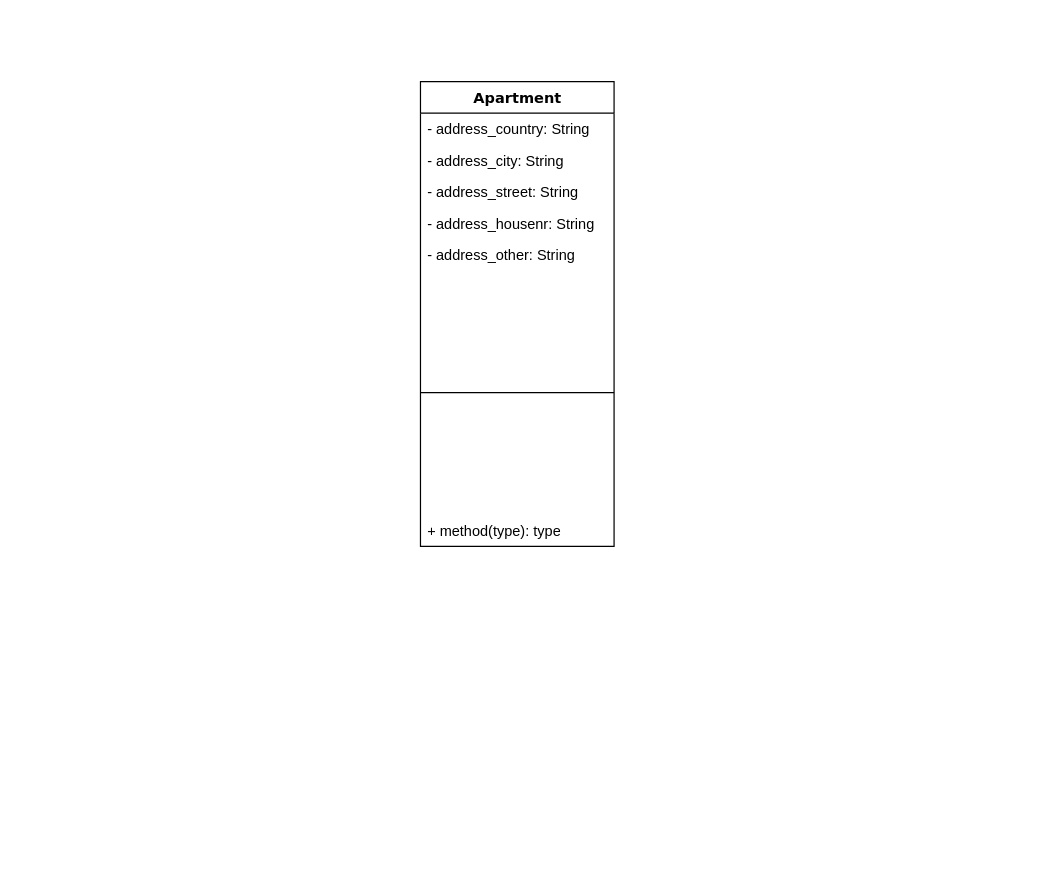
Above: Columbus.drawio in hitchhiker1986/Columbus (draw.io), before the change. Source tidied: cells renumbered, new cells numbered last; positions are measured from the earlier drawing's top-left corner, leaving out a move shared by most shapes. Both pictures are drawn from the tidied source at 121%, with x=0, y=0 at pixel (420, 81).
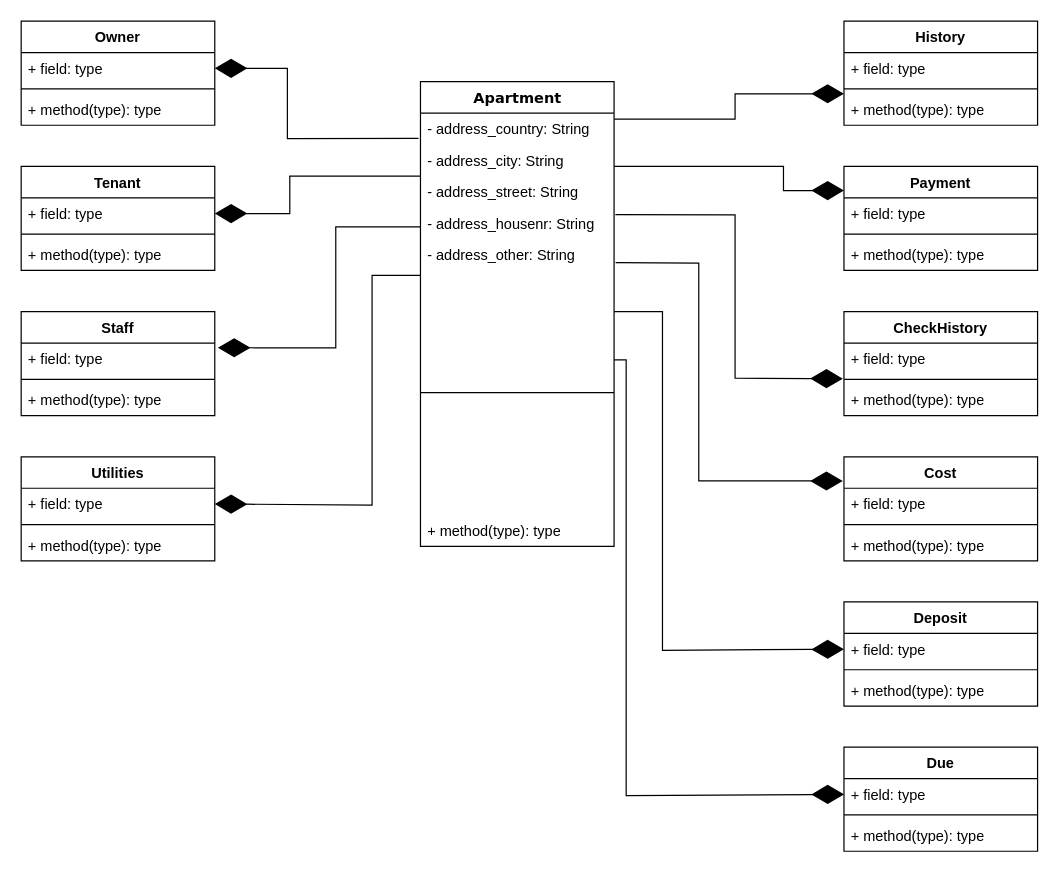
The same diagram, later.

Unchanged cells that the change refers to:
```xml
<mxCell id="3" value="- address_country: String" style="text;html=1;strokeColor=none;fillColor=none;align=left;verticalAlign=top;spacingLeft=4;spacingRight=4;whiteSpace=wrap;overflow=hidden;points=[[0,0.5],[1,0.5]];portConstraint=eastwest;" parent="2" vertex="1">
  <mxGeometry y="26" width="160" height="26" as="geometry" />
</mxCell>
<mxCell id="4" value="- address_city: String" style="text;html=1;strokeColor=none;fillColor=none;align=left;verticalAlign=top;spacingLeft=4;spacingRight=4;whiteSpace=wrap;overflow=hidden;points=[[0,0.5],[1,0.5]];portConstraint=eastwest;" parent="2" vertex="1">
  <mxGeometry y="52" width="160" height="26" as="geometry" />
</mxCell>
<mxCell id="6" value="- address_housenr: String" style="text;html=1;strokeColor=none;fillColor=none;align=left;verticalAlign=top;spacingLeft=4;spacingRight=4;whiteSpace=wrap;overflow=hidden;points=[[0,0.5],[1,0.5]];portConstraint=eastwest;" parent="2" vertex="1">
  <mxGeometry y="104" width="160" height="26" as="geometry" />
</mxCell>
<mxCell id="7" value="- address_other: String" style="text;html=1;strokeColor=none;fillColor=none;align=left;verticalAlign=top;spacingLeft=4;spacingRight=4;whiteSpace=wrap;overflow=hidden;points=[[0,0.5],[1,0.5]];portConstraint=eastwest;" parent="2" vertex="1">
  <mxGeometry y="130" width="160" height="26" as="geometry" />
</mxCell>
```

The edit, as a diff of the source:
```diff
@@
+    <mxCell id="10" value="History" style="swimlane;fontStyle=1;align=center;verticalAlign=top;horizontal=1;startSize=26;whiteSpace=wrap;html=1;" parent="1" vertex="1">
+      <mxGeometry x="350" y="-50" width="160" height="86" as="geometry" />
+    </mxCell>
+    <mxCell id="11" value="+ field: type" style="text;strokeColor=none;fillColor=none;align=left;verticalAlign=top;spacingLeft=4;spacingRight=4;overflow=hidden;whiteSpace=wrap;html=1;" parent="10" vertex="1">
+      <mxGeometry y="26" width="160" height="26" as="geometry" />
+    </mxCell>
+    <mxCell id="12" style="line;strokeWidth=1;fillColor=none;align=left;verticalAlign=middle;spacingTop=-1;spacingLeft=3;spacingRight=3;labelPosition=right;strokeColor=inherit;" parent="10" vertex="1">
+      <mxGeometry y="52" width="160" height="8" as="geometry" />
+    </mxCell>
+    <mxCell id="13" value="+ method(type): type" style="text;strokeColor=none;fillColor=none;align=left;verticalAlign=top;spacingLeft=4;spacingRight=4;overflow=hidden;whiteSpace=wrap;html=1;" parent="10" vertex="1">
+      <mxGeometry y="60" width="160" height="26" as="geometry" />
+    </mxCell>
+    <mxCell id="14" value="Payment" style="swimlane;fontStyle=1;align=center;verticalAlign=top;horizontal=1;startSize=26;whiteSpace=wrap;html=1;" parent="1" vertex="1">
+      <mxGeometry x="350" y="70" width="160" height="86" as="geometry" />
+    </mxCell>
+    <mxCell id="15" value="+ field: type" style="text;strokeColor=none;fillColor=none;align=left;verticalAlign=top;spacingLeft=4;spacingRight=4;overflow=hidden;whiteSpace=wrap;html=1;" parent="14" vertex="1">
+      <mxGeometry y="26" width="160" height="26" as="geometry" />
+    </mxCell>
+    <mxCell id="16" style="line;strokeWidth=1;fillColor=none;align=left;verticalAlign=middle;spacingTop=-1;spacingLeft=3;spacingRight=3;labelPosition=right;strokeColor=inherit;" parent="14" vertex="1">
+      <mxGeometry y="52" width="160" height="8" as="geometry" />
+    </mxCell>
+    <mxCell id="17" value="+ method(type): type" style="text;strokeColor=none;fillColor=none;align=left;verticalAlign=top;spacingLeft=4;spacingRight=4;overflow=hidden;whiteSpace=wrap;html=1;" parent="14" vertex="1">
+      <mxGeometry y="60" width="160" height="26" as="geometry" />
+    </mxCell>
+    <mxCell id="18" value="CheckHistory" style="swimlane;fontStyle=1;align=center;verticalAlign=top;horizontal=1;startSize=26;whiteSpace=wrap;html=1;" parent="1" vertex="1">
+      <mxGeometry x="350" y="190" width="160" height="86" as="geometry" />
+    </mxCell>
+    <mxCell id="19" value="+ field: type" style="text;strokeColor=none;fillColor=none;align=left;verticalAlign=top;spacingLeft=4;spacingRight=4;overflow=hidden;whiteSpace=wrap;html=1;" parent="18" vertex="1">
+      <mxGeometry y="26" width="160" height="26" as="geometry" />
+    </mxCell>
+    <mxCell id="20" style="line;strokeWidth=1;fillColor=none;align=left;verticalAlign=middle;spacingTop=-1;spacingLeft=3;spacingRight=3;labelPosition=right;strokeColor=inherit;" parent="18" vertex="1">
+      <mxGeometry y="52" width="160" height="8" as="geometry" />
+    </mxCell>
+    <mxCell id="21" value="+ method(type): type" style="text;strokeColor=none;fillColor=none;align=left;verticalAlign=top;spacingLeft=4;spacingRight=4;overflow=hidden;points=[[0,0.5],[1,0.5]];portConstraint=eastwest;whiteSpace=wrap;html=1;" parent="18" vertex="1">
+      <mxGeometry y="60" width="160" height="26" as="geometry" />
+    </mxCell>
+    <mxCell id="22" value="Cost" style="swimlane;fontStyle=1;align=center;verticalAlign=top;horizontal=1;startSize=26;whiteSpace=wrap;html=1;" parent="1" vertex="1">
+      <mxGeometry x="350" y="310" width="160" height="86" as="geometry" />
+    </mxCell>
+    <mxCell id="23" value="+ field: type" style="text;strokeColor=none;fillColor=none;align=left;verticalAlign=top;spacingLeft=4;spacingRight=4;overflow=hidden;whiteSpace=wrap;html=1;" parent="22" vertex="1">
+      <mxGeometry y="26" width="160" height="26" as="geometry" />
+    </mxCell>
+    <mxCell id="24" style="line;strokeWidth=1;fillColor=none;align=left;verticalAlign=middle;spacingTop=-1;spacingLeft=3;spacingRight=3;labelPosition=right;strokeColor=inherit;" parent="22" vertex="1">
+      <mxGeometry y="52" width="160" height="8" as="geometry" />
+    </mxCell>
+    <mxCell id="25" value="+ method(type): type" style="text;strokeColor=none;fillColor=none;align=left;verticalAlign=top;spacingLeft=4;spacingRight=4;overflow=hidden;whiteSpace=wrap;html=1;" parent="22" vertex="1">
+      <mxGeometry y="60" width="160" height="26" as="geometry" />
+    </mxCell>
+    <mxCell id="26" value="&lt;div&gt;Deposit&lt;/div&gt;" style="swimlane;fontStyle=1;align=center;verticalAlign=top;horizontal=1;startSize=26;whiteSpace=wrap;html=1;" parent="1" vertex="1">
+      <mxGeometry x="350" y="430" width="160" height="86" as="geometry" />
+    </mxCell>
+    <mxCell id="27" value="+ field: type" style="text;strokeColor=none;fillColor=none;align=left;verticalAlign=top;spacingLeft=4;spacingRight=4;overflow=hidden;points=[[0,0.5],[1,0.5]];portConstraint=eastwest;whiteSpace=wrap;html=1;" parent="26" vertex="1">
+      <mxGeometry y="26" width="160" height="26" as="geometry" />
+    </mxCell>
+    <mxCell id="28" style="line;strokeWidth=1;fillColor=none;align=left;verticalAlign=middle;spacingTop=-1;spacingLeft=3;spacingRight=3;labelPosition=right;strokeColor=inherit;" parent="26" vertex="1">
+      <mxGeometry y="52" width="160" height="8" as="geometry" />
+    </mxCell>
+    <mxCell id="29" value="+ method(type): type" style="text;strokeColor=none;fillColor=none;align=left;verticalAlign=top;spacingLeft=4;spacingRight=4;overflow=hidden;whiteSpace=wrap;html=1;" parent="26" vertex="1">
+      <mxGeometry y="60" width="160" height="26" as="geometry" />
+    </mxCell>
+    <mxCell id="30" value="Due" style="swimlane;fontStyle=1;align=center;verticalAlign=top;horizontal=1;startSize=26;whiteSpace=wrap;html=1;" parent="1" vertex="1">
+      <mxGeometry x="350" y="550" width="160" height="86" as="geometry" />
+    </mxCell>
+    <mxCell id="31" value="+ field: type" style="text;strokeColor=none;fillColor=none;align=left;verticalAlign=top;spacingLeft=4;spacingRight=4;overflow=hidden;points=[[0,0.5],[1,0.5]];portConstraint=eastwest;whiteSpace=wrap;html=1;" parent="30" vertex="1">
+      <mxGeometry y="26" width="160" height="26" as="geometry" />
+    </mxCell>
+    <mxCell id="32" style="line;strokeWidth=1;fillColor=none;align=left;verticalAlign=middle;spacingTop=-1;spacingLeft=3;spacingRight=3;labelPosition=right;strokeColor=inherit;" parent="30" vertex="1">
+      <mxGeometry y="52" width="160" height="8" as="geometry" />
+    </mxCell>
+    <mxCell id="33" value="+ method(type): type" style="text;strokeColor=none;fillColor=none;align=left;verticalAlign=top;spacingLeft=4;spacingRight=4;overflow=hidden;whiteSpace=wrap;html=1;" parent="30" vertex="1">
+      <mxGeometry y="60" width="160" height="26" as="geometry" />
+    </mxCell>
+    <mxCell id="34" value="Owner" style="swimlane;fontStyle=1;align=center;verticalAlign=top;horizontal=1;startSize=26;whiteSpace=wrap;html=1;" parent="1" vertex="1">
+      <mxGeometry x="-330" y="-50" width="160" height="86" as="geometry" />
+    </mxCell>
+    <mxCell id="35" value="+ field: type" style="text;strokeColor=none;fillColor=none;align=left;verticalAlign=top;spacingLeft=4;spacingRight=4;overflow=hidden;points=[[0,0.5],[1,0.5]];portConstraint=eastwest;whiteSpace=wrap;html=1;" parent="34" vertex="1">
+      <mxGeometry y="26" width="160" height="26" as="geometry" />
+    </mxCell>
+    <mxCell id="36" style="line;strokeWidth=1;fillColor=none;align=left;verticalAlign=middle;spacingTop=-1;spacingLeft=3;spacingRight=3;labelPosition=right;strokeColor=inherit;" parent="34" vertex="1">
+      <mxGeometry y="52" width="160" height="8" as="geometry" />
+    </mxCell>
+    <mxCell id="37" value="+ method(type): type" style="text;strokeColor=none;fillColor=none;align=left;verticalAlign=top;spacingLeft=4;spacingRight=4;overflow=hidden;whiteSpace=wrap;html=1;" parent="34" vertex="1">
+      <mxGeometry y="60" width="160" height="26" as="geometry" />
+    </mxCell>
+    <mxCell id="38" value="Tenant" style="swimlane;fontStyle=1;align=center;verticalAlign=top;horizontal=1;startSize=26;whiteSpace=wrap;html=1;" parent="1" vertex="1">
+      <mxGeometry x="-330" y="70" width="160" height="86" as="geometry" />
+    </mxCell>
+    <mxCell id="39" value="+ field: type" style="text;strokeColor=none;fillColor=none;align=left;verticalAlign=top;spacingLeft=4;spacingRight=4;overflow=hidden;points=[[0,0.5],[1,0.5]];portConstraint=eastwest;whiteSpace=wrap;html=1;" parent="38" vertex="1">
+      <mxGeometry y="26" width="160" height="26" as="geometry" />
+    </mxCell>
+    <mxCell id="40" style="line;strokeWidth=1;fillColor=none;align=left;verticalAlign=middle;spacingTop=-1;spacingLeft=3;spacingRight=3;labelPosition=right;strokeColor=inherit;" parent="38" vertex="1">
+      <mxGeometry y="52" width="160" height="8" as="geometry" />
+    </mxCell>
+    <mxCell id="41" value="+ method(type): type" style="text;strokeColor=none;fillColor=none;align=left;verticalAlign=top;spacingLeft=4;spacingRight=4;overflow=hidden;whiteSpace=wrap;html=1;" parent="38" vertex="1">
+      <mxGeometry y="60" width="160" height="26" as="geometry" />
+    </mxCell>
+    <mxCell id="42" value="Staff" style="swimlane;fontStyle=1;align=center;verticalAlign=top;horizontal=1;startSize=26;whiteSpace=wrap;html=1;" parent="1" vertex="1">
+      <mxGeometry x="-330" y="190" width="160" height="86" as="geometry" />
+    </mxCell>
+    <mxCell id="43" value="+ field: type" style="text;strokeColor=none;fillColor=none;align=left;verticalAlign=top;spacingLeft=4;spacingRight=4;overflow=hidden;points=[[0,0.5],[1,0.5]];portConstraint=eastwest;whiteSpace=wrap;html=1;" parent="42" vertex="1">
+      <mxGeometry y="26" width="160" height="26" as="geometry" />
+    </mxCell>
+    <mxCell id="44" style="line;strokeWidth=1;fillColor=none;align=left;verticalAlign=middle;spacingTop=-1;spacingLeft=3;spacingRight=3;labelPosition=right;strokeColor=inherit;" parent="42" vertex="1">
+      <mxGeometry y="52" width="160" height="8" as="geometry" />
+    </mxCell>
+    <mxCell id="45" value="+ method(type): type" style="text;strokeColor=none;fillColor=none;align=left;verticalAlign=top;spacingLeft=4;spacingRight=4;overflow=hidden;whiteSpace=wrap;html=1;" parent="42" vertex="1">
+      <mxGeometry y="60" width="160" height="26" as="geometry" />
+    </mxCell>
+    <mxCell id="46" value="&lt;div&gt;Utilities&lt;/div&gt;" style="swimlane;fontStyle=1;align=center;verticalAlign=top;horizontal=1;startSize=26;whiteSpace=wrap;html=1;" parent="1" vertex="1">
+      <mxGeometry x="-330" y="310" width="160" height="86" as="geometry" />
+    </mxCell>
+    <mxCell id="47" value="+ field: type" style="text;strokeColor=none;fillColor=none;align=left;verticalAlign=top;spacingLeft=4;spacingRight=4;overflow=hidden;points=[[0,0.5],[1,0.5]];portConstraint=eastwest;whiteSpace=wrap;html=1;" parent="46" vertex="1">
+      <mxGeometry y="26" width="160" height="26" as="geometry" />
+    </mxCell>
+    <mxCell id="48" style="line;strokeWidth=1;fillColor=none;align=left;verticalAlign=middle;spacingTop=-1;spacingLeft=3;spacingRight=3;labelPosition=right;strokeColor=inherit;" parent="46" vertex="1">
+      <mxGeometry y="52" width="160" height="8" as="geometry" />
+    </mxCell>
+    <mxCell id="49" value="+ method(type): type" style="text;strokeColor=none;fillColor=none;align=left;verticalAlign=top;spacingLeft=4;spacingRight=4;overflow=hidden;whiteSpace=wrap;html=1;" parent="46" vertex="1">
+      <mxGeometry y="60" width="160" height="26" as="geometry" />
+    </mxCell>
+    <mxCell id="50" style="endArrow=diamondThin;endFill=1;endSize=24;html=1;rounded=0;exitX=1;exitY=0.692;exitDx=0;exitDy=0;exitPerimeter=0;" parent="1" edge="1" source="4">
+      <mxGeometry relative="1" as="geometry">
+        <mxPoint x="350" y="90" as="targetPoint" />
+        <Array as="points">
+          <mxPoint x="300" y="70" />
+          <mxPoint x="300" y="90" />
+        </Array>
+      </mxGeometry>
+    </mxCell>
+    <mxCell id="51" style="endArrow=diamondThin;endFill=1;endSize=24;html=1;rounded=0;entryX=-0.006;entryY=-0.174;entryDx=0;entryDy=0;entryPerimeter=0;exitX=1.007;exitY=0.224;exitDx=0;exitDy=0;exitPerimeter=0;" parent="1" edge="1" source="6" target="21">
+      <mxGeometry relative="1" as="geometry">
+        <Array as="points">
+          <mxPoint x="260" y="110" />
+          <mxPoint x="260" y="245" />
+        </Array>
+      </mxGeometry>
+    </mxCell>
+    <mxCell id="52" style="endArrow=diamondThin;endFill=1;endSize=24;html=1;rounded=0;" parent="1" edge="1">
+      <mxGeometry relative="1" as="geometry">
+        <mxPoint x="160" y="31" as="sourcePoint" />
+        <mxPoint x="350" y="10" as="targetPoint" />
+        <Array as="points">
+          <mxPoint x="260" y="31" />
+          <mxPoint x="260" y="10" />
+          <mxPoint x="320" y="10" />
+        </Array>
+      </mxGeometry>
+    </mxCell>
+    <mxCell id="53" style="endArrow=diamondThin;endFill=1;endSize=24;html=1;rounded=0;entryX=-0.006;entryY=-0.174;entryDx=0;entryDy=0;entryPerimeter=0;exitX=1.008;exitY=0.753;exitDx=0;exitDy=0;exitPerimeter=0;" parent="1" edge="1" source="7">
+      <mxGeometry relative="1" as="geometry">
+        <mxPoint x="349" y="330" as="targetPoint" />
+        <Array as="points">
+          <mxPoint x="230" y="150" />
+          <mxPoint x="230" y="330" />
+        </Array>
+      </mxGeometry>
+    </mxCell>
+    <mxCell id="54" style="endArrow=diamondThin;endFill=1;endSize=24;html=1;rounded=0;entryX=0;entryY=0.5;entryDx=0;entryDy=0;exitX=1.008;exitY=0.753;exitDx=0;exitDy=0;exitPerimeter=0;" parent="1" edge="1" target="27">
+      <mxGeometry relative="1" as="geometry">
+        <mxPoint x="160" y="190" as="sourcePoint" />
+        <Array as="points">
+          <mxPoint x="200" y="190" />
+          <mxPoint x="200" y="470" />
+        </Array>
+      </mxGeometry>
+    </mxCell>
+    <mxCell id="55" style="endArrow=diamondThin;endFill=1;endSize=24;html=1;rounded=0;entryX=0;entryY=0.5;entryDx=0;entryDy=0;exitX=1.008;exitY=0.753;exitDx=0;exitDy=0;exitPerimeter=0;" parent="1" edge="1" target="31">
+      <mxGeometry relative="1" as="geometry">
+        <mxPoint x="160" y="230" as="sourcePoint" />
+        <Array as="points">
+          <mxPoint x="170" y="230" />
+          <mxPoint x="170" y="590" />
+        </Array>
+      </mxGeometry>
+    </mxCell>
+    <mxCell id="56" style="endArrow=diamondThin;endFill=1;endSize=24;html=1;rounded=0;entryX=1;entryY=0.5;entryDx=0;entryDy=0;exitX=-0.01;exitY=0.805;exitDx=0;exitDy=0;exitPerimeter=0;" parent="1" edge="1" source="3" target="35">
+      <mxGeometry relative="1" as="geometry">
+        <Array as="points">
+          <mxPoint x="-110" y="47" />
+          <mxPoint x="-110" y="-11" />
+        </Array>
+      </mxGeometry>
+    </mxCell>
+    <mxCell id="57" style="endArrow=diamondThin;endFill=1;endSize=24;html=1;rounded=0;entryX=1;entryY=0.5;entryDx=0;entryDy=0;exitX=-0.01;exitY=0.805;exitDx=0;exitDy=0;exitPerimeter=0;" parent="1" edge="1" target="39">
+      <mxGeometry relative="1" as="geometry">
+        <mxPoint y="78" as="sourcePoint" />
+        <Array as="points">
+          <mxPoint x="-108" y="78" />
+          <mxPoint x="-108" y="109" />
+        </Array>
+      </mxGeometry>
+    </mxCell>
+    <mxCell id="58" style="endArrow=diamondThin;endFill=1;endSize=24;html=1;rounded=0;entryX=1.016;entryY=0.149;entryDx=0;entryDy=0;exitX=-0.01;exitY=0.805;exitDx=0;exitDy=0;exitPerimeter=0;entryPerimeter=0;" parent="1" edge="1" target="43">
+      <mxGeometry relative="1" as="geometry">
+        <mxPoint y="120" as="sourcePoint" />
+        <Array as="points">
+          <mxPoint x="-70" y="120" />
+          <mxPoint x="-70" y="220" />
+        </Array>
+      </mxGeometry>
+    </mxCell>
+    <mxCell id="59" style="endArrow=diamondThin;endFill=1;endSize=24;html=1;rounded=0;entryX=1;entryY=0.5;entryDx=0;entryDy=0;exitX=-0.01;exitY=0.805;exitDx=0;exitDy=0;exitPerimeter=0;" parent="1" edge="1" target="47">
+      <mxGeometry relative="1" as="geometry">
+        <mxPoint y="160" as="sourcePoint" />
+        <Array as="points">
+          <mxPoint x="-40" y="160" />
+          <mxPoint x="-40" y="350" />
+        </Array>
+      </mxGeometry>
+    </mxCell>
```
